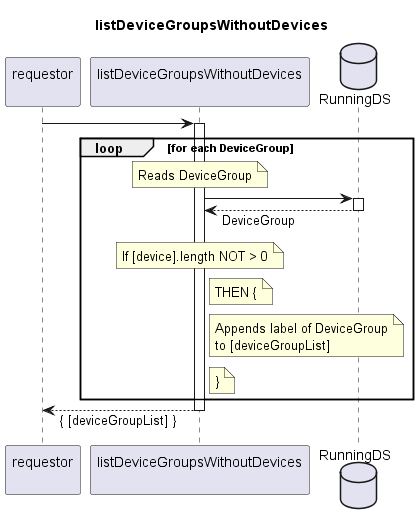
Above: spec/Services/listDeviceGroupsWithoutDevices/1.0.0/listDeviceGroupsWithoutDevices.png in openBackhaul/FirmWareManager (PlantUML), before the change.
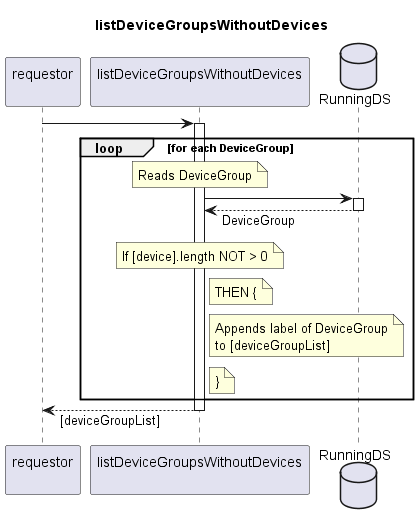
Above is the later version.

Change to the diagram source:
```diff
@@ -35,7 +35,7 @@
     end note
   end loop
 
-requestor <-- indServ: { [deviceGroupList] }
+requestor <-- indServ: [deviceGroupList]
 deactivate indServ
 
 @enduml
```
